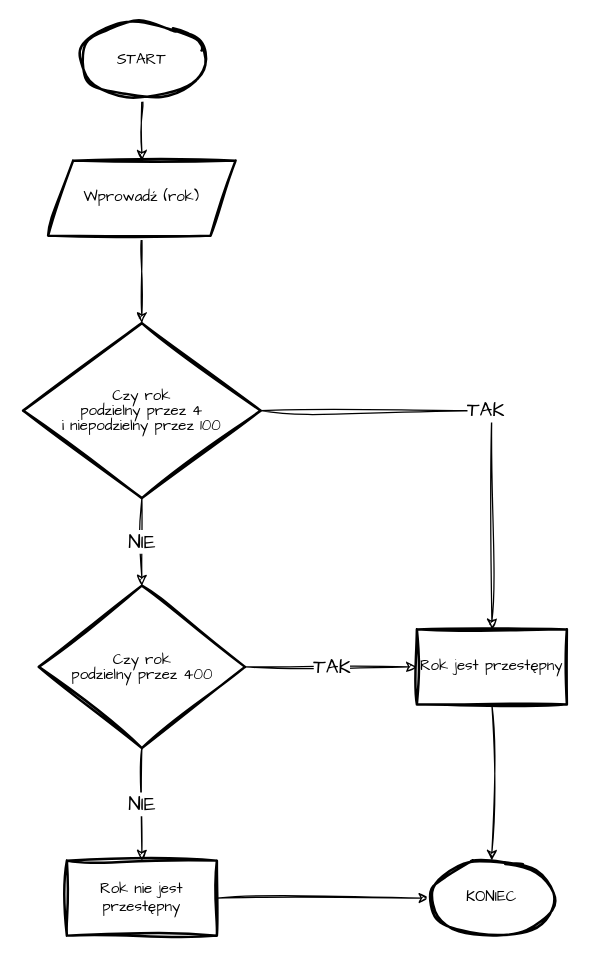
MichalPniak/diagrams.net keeps this draw.io diagram as rok-przestępny.drawio. Above is the earlier version. Source tidied: cells renumbered, new cells numbered last; positions are measured from the earlier drawing's top-left corner, leaving out a move shared by most shapes. Both pictures are drawn from the tidied source at 125%, with x=0, y=0 at pixel (22, 22).
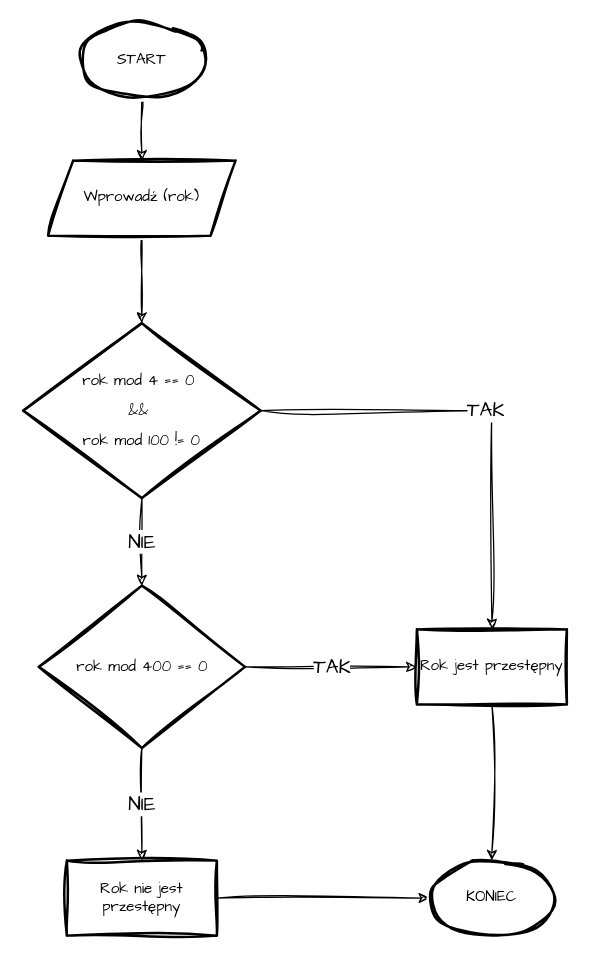
Above is the later version.

Diff of the diagram source:
```diff
@@
 <mxGraphModel>
   <root>
     <mxCell id="0" />
     <mxCell id="1" parent="0" />
     <mxCell id="2" style="edgeStyle=orthogonalEdgeStyle;rounded=0;sketch=1;hachureGap=4;jiggle=2;curveFitting=1;jettySize=auto;html=1;fontFamily=Architects Daughter;fontSize=12;" parent="1" edge="1" source="3" target="5">
       <mxGeometry relative="1" as="geometry" />
     </mxCell>
     <mxCell id="3" value="START" style="strokeWidth=2;html=1;shape=mxgraph.flowchart.start_1;whiteSpace=wrap;sketch=1;hachureGap=4;jiggle=2;curveFitting=1;fontFamily=Architects Daughter;fontSize=12;" parent="1" vertex="1">
       <mxGeometry x="45" width="100" height="60" as="geometry" />
     </mxCell>
     <mxCell id="4" style="edgeStyle=orthogonalEdgeStyle;rounded=0;sketch=1;hachureGap=4;jiggle=2;curveFitting=1;jettySize=auto;html=1;fontFamily=Architects Daughter;fontSize=12;" parent="1" edge="1" source="5" target="8">
       <mxGeometry relative="1" as="geometry" />
     </mxCell>
     <mxCell id="5" value="Wprowadź (rok)" style="shape=parallelogram;perimeter=parallelogramPerimeter;whiteSpace=wrap;html=1;fixedSize=1;fontSize=12;fontFamily=Architects Daughter;strokeWidth=2;sketch=1;hachureGap=4;jiggle=2;curveFitting=1;" parent="1" vertex="1">
       <mxGeometry x="20" y="110" width="150" height="60" as="geometry" />
     </mxCell>
     <mxCell id="6" value="TAK" style="edgeStyle=orthogonalEdgeStyle;rounded=0;sketch=1;hachureGap=4;jiggle=2;curveFitting=1;jettySize=auto;html=1;fontFamily=Architects Daughter;fontSize=16;" parent="1" edge="1" source="8" target="10">
       <mxGeometry relative="1" as="geometry" />
     </mxCell>
     <mxCell id="7" value="NIE" style="edgeStyle=orthogonalEdgeStyle;rounded=0;sketch=1;hachureGap=4;jiggle=2;curveFitting=1;jettySize=auto;html=1;fontFamily=Architects Daughter;fontSize=16;" parent="1" edge="1" source="8" target="13">
       <mxGeometry relative="1" as="geometry" />
     </mxCell>
-    <mxCell id="8" value="&lt;p style=&quot;line-height: 100%; font-size: 12px;&quot;&gt;&lt;font style=&quot;font-size: 12px;&quot;&gt;Czy rok &lt;br style=&quot;font-size: 12px;&quot;&gt;podzielny przez 4 &lt;br style=&quot;font-size: 12px;&quot;&gt;i niepodzielny przez 100&lt;/font&gt;&lt;/p&gt;" style="rhombus;whiteSpace=wrap;html=1;fontSize=12;fontFamily=Architects Daughter;strokeWidth=2;sketch=1;hachureGap=4;jiggle=2;curveFitting=1;verticalAlign=middle;horizontal=1;align=center;labelPosition=center;verticalLabelPosition=middle;" parent="1" vertex="1">
+    <mxCell id="8" value="&lt;p style=&quot;line-height: 100%; font-size: 12px;&quot;&gt;rok mod 4 == 0&amp;nbsp;&lt;/p&gt;&lt;p style=&quot;line-height: 100%; font-size: 12px;&quot;&gt;&amp;amp;&amp;amp;&amp;nbsp;&lt;/p&gt;&lt;p style=&quot;line-height: 100%; font-size: 12px;&quot;&gt;rok mod 100 != 0&lt;/p&gt;" style="rhombus;whiteSpace=wrap;html=1;fontSize=12;fontFamily=Architects Daughter;strokeWidth=2;sketch=1;hachureGap=4;jiggle=2;curveFitting=1;verticalAlign=middle;horizontal=1;align=center;labelPosition=center;verticalLabelPosition=middle;" parent="1" vertex="1">
       <mxGeometry y="240" width="190" height="140" as="geometry" />
     </mxCell>
     <mxCell id="9" style="edgeStyle=orthogonalEdgeStyle;rounded=0;sketch=1;hachureGap=4;jiggle=2;curveFitting=1;jettySize=auto;html=1;fontFamily=Architects Daughter;fontSize=12;" parent="1" edge="1" source="10" target="16">
       <mxGeometry relative="1" as="geometry" />
     </mxCell>
     <mxCell id="10" value="Rok jest przestępny" style="whiteSpace=wrap;html=1;fontSize=12;fontFamily=Architects Daughter;strokeWidth=2;sketch=1;hachureGap=4;jiggle=2;curveFitting=1;" parent="1" vertex="1">
       <mxGeometry x="315" y="485" width="120" height="60" as="geometry" />
     </mxCell>
     <mxCell id="11" value="TAK" style="edgeStyle=orthogonalEdgeStyle;rounded=0;sketch=1;hachureGap=4;jiggle=2;curveFitting=1;jettySize=auto;html=1;entryX=0;entryY=0.5;entryDx=0;entryDy=0;fontFamily=Architects Daughter;fontSize=16;" parent="1" edge="1" source="13" target="10">
       <mxGeometry relative="1" as="geometry" />
     </mxCell>
     <mxCell id="12" value="NIE" style="edgeStyle=orthogonalEdgeStyle;rounded=0;sketch=1;hachureGap=4;jiggle=2;curveFitting=1;jettySize=auto;html=1;fontFamily=Architects Daughter;fontSize=16;" parent="1" edge="1" source="13" target="15">
       <mxGeometry relative="1" as="geometry" />
     </mxCell>
-    <mxCell id="13" value="&lt;p style=&quot;line-height: 100%; font-size: 12px;&quot;&gt;&lt;font style=&quot;font-size: 12px;&quot;&gt;Czy rok &lt;br style=&quot;font-size: 12px;&quot;&gt;podzielny przez 400&lt;/font&gt;&lt;/p&gt;" style="rhombus;whiteSpace=wrap;html=1;fontSize=12;fontFamily=Architects Daughter;strokeWidth=2;sketch=1;hachureGap=4;jiggle=2;curveFitting=1;" parent="1" vertex="1">
+    <mxCell id="13" value="&lt;p style=&quot;line-height: 100%; font-size: 12px;&quot;&gt;rok mod 400 == 0&lt;/p&gt;" style="rhombus;whiteSpace=wrap;html=1;fontSize=12;fontFamily=Architects Daughter;strokeWidth=2;sketch=1;hachureGap=4;jiggle=2;curveFitting=1;" parent="1" vertex="1">
       <mxGeometry x="12.5" y="450" width="165" height="130" as="geometry" />
     </mxCell>
     <mxCell id="14" style="edgeStyle=orthogonalEdgeStyle;rounded=0;sketch=1;hachureGap=4;jiggle=2;curveFitting=1;jettySize=auto;html=1;fontFamily=Architects Daughter;fontSize=12;" parent="1" edge="1" source="15" target="16">
       <mxGeometry relative="1" as="geometry" />
     </mxCell>
     <mxCell id="15" value="Rok nie jest przestępny" style="whiteSpace=wrap;html=1;fontSize=12;fontFamily=Architects Daughter;strokeWidth=2;sketch=1;hachureGap=4;jiggle=2;curveFitting=1;" parent="1" vertex="1">
       <mxGeometry x="35" y="670" width="120" height="60" as="geometry" />
     </mxCell>
     <mxCell id="16" value="KONIEC" style="strokeWidth=2;html=1;shape=mxgraph.flowchart.start_1;whiteSpace=wrap;sketch=1;hachureGap=4;jiggle=2;curveFitting=1;fontFamily=Architects Daughter;fontSize=12;" parent="1" vertex="1">
       <mxGeometry x="325" y="670" width="100" height="60" as="geometry" />
     </mxCell>
   </root>
 </mxGraphModel>
```
